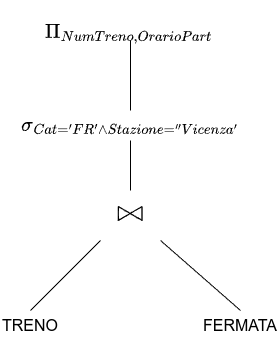
Before: img/tree_example_transform.png, a diagram exported from draw.io (DimBix/UnivrDB-appunti). Source tidied: cells renumbered, new cells last; positions are measured from the earlier drawing's top-left corner, leaving out a move shared by most shapes.
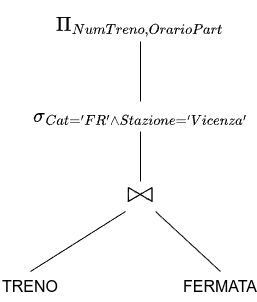
Above is the later version.

Diff of the diagram source:
```diff
@@ -2,34 +2,32 @@
   <root>
     <mxCell id="0" />
     <mxCell id="1" parent="0" />
+    <mxCell id="7" value="TRENO" style="text;html=1;align=center;verticalAlign=middle;whiteSpace=wrap;rounded=0;fontSize=16;" parent="1" vertex="1">
+      <mxGeometry x="-270" y="300" width="60" height="30" as="geometry" />
+    </mxCell>
-    <mxCell id="2" value="&lt;font style=&quot;font-size: 16px;&quot;&gt;FERMATA&lt;/font&gt;" style="text;html=1;align=center;verticalAlign=middle;whiteSpace=wrap;rounded=0;" parent="1" vertex="1">
-      <mxGeometry x="210" y="310" width="60" height="30" as="geometry" />
+    <mxCell id="2" value="FERMATA" style="text;html=1;align=center;verticalAlign=middle;whiteSpace=wrap;rounded=0;fontSize=16;" parent="1" vertex="1">
+      <mxGeometry x="-80" y="300" width="60" height="30" as="geometry" />
     </mxCell>
-    <mxCell id="3" style="rounded=0;jettySize=auto;html=1;endArrow=none;startFill=0;exitX=0.5;exitY=0;exitDx=0;exitDy=0;entryX=0;entryY=1;entryDx=0;entryDy=0;" parent="1" edge="1" source="7" target="8">
-      <mxGeometry relative="1" as="geometry" />
-    </mxCell>
-    <mxCell id="4" style="rounded=0;jettySize=auto;html=1;endArrow=none;startFill=0;exitX=0.5;exitY=0;exitDx=0;exitDy=0;entryX=1;entryY=1;entryDx=0;entryDy=0;" parent="1" edge="1" source="2" target="8">
-      <mxGeometry relative="1" as="geometry" />
-    </mxCell>
-    <mxCell id="5" style="edgeStyle=orthogonalEdgeStyle;rounded=0;jettySize=auto;html=1;entryX=0.5;entryY=1;entryDx=0;entryDy=0;endArrow=none;startFill=0;" parent="1" edge="1" source="6" target="10">
-      <mxGeometry relative="1" as="geometry" />
-    </mxCell>
-    <mxCell id="6" value="&lt;font style=&quot;font-size: 16px;&quot;&gt;$$\sigma_{Cat='FR' \wedge Stazione=''Vicenza'}$$&lt;/font&gt;" style="text;html=1;align=center;verticalAlign=middle;whiteSpace=wrap;rounded=0;" parent="1" vertex="1">
-      <mxGeometry x="100" y="110" width="60" height="30" as="geometry" />
-    </mxCell>
-    <mxCell id="7" value="&lt;font style=&quot;font-size: 16px;&quot;&gt;TRENO&lt;/font&gt;" style="text;html=1;align=center;verticalAlign=middle;whiteSpace=wrap;rounded=0;" parent="1" vertex="1">
-      <mxGeometry y="310" width="60" height="30" as="geometry" />
-    </mxCell>
-    <mxCell id="8" value="&lt;font style=&quot;font-size: 16px;&quot;&gt;$$\Large \bowtie $$&lt;/font&gt;" style="text;html=1;align=center;verticalAlign=middle;whiteSpace=wrap;rounded=0;" parent="1" vertex="1">
-      <mxGeometry x="100" y="190" width="60" height="50" as="geometry" />
-    </mxCell>
-    <mxCell id="9" style="rounded=0;jettySize=auto;html=1;endArrow=none;startFill=0;exitX=0.5;exitY=0;exitDx=0;exitDy=0;" parent="1" edge="1" source="8">
-      <mxGeometry relative="1" as="geometry">
-        <mxPoint x="130" y="140" as="targetPoint" />
-      </mxGeometry>
-    </mxCell>
+    <mxCell id="11" style="rounded=0;jettySize=auto;html=1;entryX=0.25;entryY=1;entryDx=0;entryDy=0;endArrow=none;startFill=0;exitX=0.5;exitY=0;exitDx=0;exitDy=0;" parent="1" edge="1" source="7" target="14">
+      <mxGeometry relative="1" as="geometry" />
+    </mxCell>
+    <mxCell id="12" style="rounded=0;jettySize=auto;html=1;entryX=0.75;entryY=1;entryDx=0;entryDy=0;endArrow=none;startFill=0;exitX=0.5;exitY=0;exitDx=0;exitDy=0;" parent="1" edge="1" source="2" target="14">
+      <mxGeometry relative="1" as="geometry" />
+    </mxCell>
+    <mxCell id="13" style="rounded=0;jettySize=auto;html=1;entryX=0.5;entryY=1;entryDx=0;entryDy=0;endArrow=none;startFill=0;" parent="1" edge="1" source="14" target="16">
+      <mxGeometry relative="1" as="geometry" />
+    </mxCell>
+    <mxCell id="14" value="$$\Large \bowtie$$" style="text;html=1;align=center;verticalAlign=middle;whiteSpace=wrap;rounded=0;fontSize=16;" parent="1" vertex="1">
+      <mxGeometry x="-160" y="210" width="60" height="30" as="geometry" />
+    </mxCell>
-    <mxCell id="10" value="&lt;span style=&quot;color: rgb(0, 0, 0); font-family: Helvetica; font-size: 16px; font-style: normal; font-variant-ligatures: normal; font-variant-caps: normal; font-weight: 400; letter-spacing: normal; orphans: 2; text-align: center; text-indent: 0px; text-transform: none; widows: 2; word-spacing: 0px; -webkit-text-stroke-width: 0px; white-space: normal; background-color: rgb(251, 251, 251); text-decoration-thickness: initial; text-decoration-style: initial; text-decoration-color: initial; float: none; display: inline !important;&quot;&gt;$$\Pi_{NumTreno, OrarioPart}$$&lt;/span&gt;" style="text;whiteSpace=wrap;html=1;" parent="1" vertex="1">
-      <mxGeometry x="42.5" width="175" height="40" as="geometry" />
+    <mxCell id="10" value="$$\Pi_{NumTreno, OrarioPart}$$" style="text;html=1;align=center;verticalAlign=middle;whiteSpace=wrap;rounded=0;fontSize=16;" parent="1" vertex="1">
+      <mxGeometry x="-160" y="40" width="60" height="30" as="geometry" />
     </mxCell>
+    <mxCell id="15" style="rounded=0;jettySize=auto;html=1;entryX=0.5;entryY=1;entryDx=0;entryDy=0;endArrow=none;startFill=0;" parent="1" edge="1" source="16" target="10">
+      <mxGeometry relative="1" as="geometry" />
+    </mxCell>
+    <mxCell id="16" value="$$\sigma_{Cat='FR' \wedge Stazione='Vicenza'}$$" style="text;html=1;align=center;verticalAlign=middle;whiteSpace=wrap;rounded=0;fontSize=16;" parent="1" vertex="1">
+      <mxGeometry x="-160" y="130" width="60" height="30" as="geometry" />
+    </mxCell>
   </root>
 </mxGraphModel>
```
